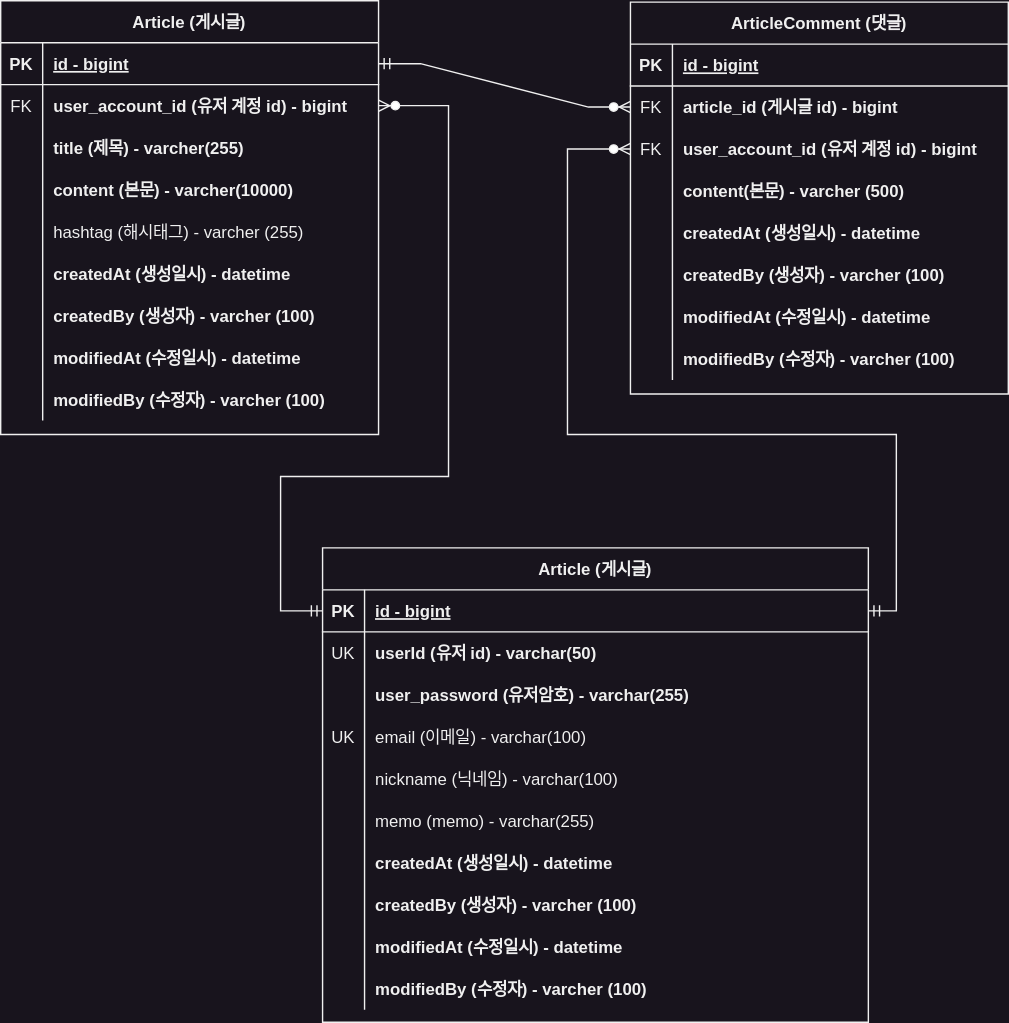
Earlier version of the draw.io export document/project-board-erd.svg (dooyong2/solo-project-board). Source tidied: cells renumbered, new cells last; positions are measured from the earlier drawing's top-left corner, leaving out a move shared by most shapes.
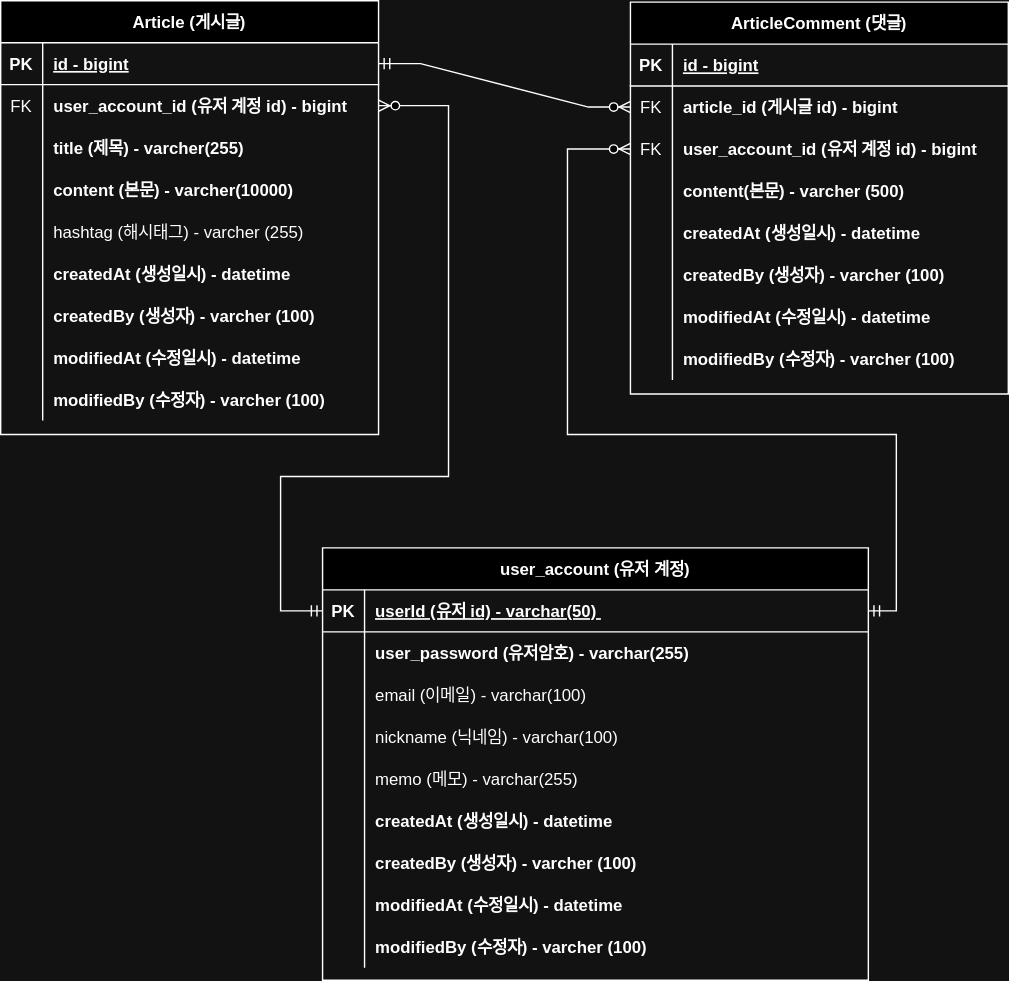
Later version of the same file.

Commit message:
#40 - ERD 문서 수정: 회원 계정 user_id 를 PK 로 변경

What changed in the source:
```diff
@@ -164,8 +164,8 @@
     <mxCell id="55" style="edgeStyle=entityRelationEdgeStyle;fontSize=12;html=1;endArrow=ERzeroToMany;startArrow=ERmandOne;rounded=0;exitX=1;exitY=0.5;exitDx=0;exitDy=0;entryX=0;entryY=0.5;entryDx=0;entryDy=0;" parent="1" edge="1" source="3" target="34">
       <mxGeometry relative="1" as="geometry" />
     </mxCell>
-    <mxCell id="56" value="Article (게시글)" style="shape=table;startSize=30;rowLines=0;fontStyle=1;align=center;" parent="1" vertex="1">
-      <mxGeometry x="230" y="391" width="390" height="339" as="geometry" />
+    <mxCell id="56" value="user_account (유저 계정)" style="shape=table;startSize=30;rowLines=0;fontStyle=1;align=center;" parent="1" vertex="1">
+      <mxGeometry x="230" y="391" width="390" height="309" as="geometry" />
     </mxCell>
     <mxCell id="57" style="shape=partialRectangle;fillColor=none;points=[[0,0.5],[1,0.5]];portConstraint=eastwest;top=0;left=0;right=0;bottom=1;" parent="56" vertex="1">
       <mxGeometry y="30" width="390" height="30" as="geometry" />
@@ -173,20 +173,11 @@
     <mxCell id="58" value="PK" style="shape=partialRectangle;overflow=hidden;fillColor=none;top=0;left=0;bottom=0;right=0;fontStyle=1;" parent="57" vertex="1">
       <mxGeometry width="30" height="30" as="geometry" />
     </mxCell>
-    <mxCell id="59" value="id - bigint" style="shape=partialRectangle;overflow=hidden;fillColor=none;top=0;left=0;bottom=0;right=0;align=left;spacingLeft=6;fontStyle=5;" parent="57" vertex="1">
+    <mxCell id="59" value="userId (유저 id) - varchar(50) " style="shape=partialRectangle;overflow=hidden;fillColor=none;top=0;left=0;bottom=0;right=0;align=left;spacingLeft=6;fontStyle=5;" parent="57" vertex="1">
       <mxGeometry x="30" width="360" height="30" as="geometry" />
     </mxCell>
-    <mxCell id="60" style="shape=partialRectangle;fillColor=none;top=0;left=0;right=0;bottom=0;" parent="56" vertex="1">
-      <mxGeometry y="60" width="390" height="30" as="geometry" />
-    </mxCell>
-    <mxCell id="61" value="UK" style="shape=partialRectangle;overflow=hidden;fillColor=none;top=0;left=0;bottom=0;right=0;" parent="60" vertex="1">
-      <mxGeometry width="30" height="30" as="geometry" />
-    </mxCell>
-    <mxCell id="62" value="userId (유저 id) - varchar(50) " style="shape=partialRectangle;overflow=hidden;fillColor=none;top=0;left=0;bottom=0;right=0;align=left;spacingLeft=6;fontStyle=1;" parent="60" vertex="1">
-      <mxGeometry x="30" width="360" height="30" as="geometry" />
-    </mxCell>
     <mxCell id="63" style="shape=partialRectangle;fillColor=none;top=0;left=0;right=0;bottom=0;" parent="56" vertex="1">
-      <mxGeometry y="90" width="390" height="30" as="geometry" />
+      <mxGeometry y="60" width="390" height="30" as="geometry" />
     </mxCell>
     <mxCell id="64" style="shape=partialRectangle;overflow=hidden;fillColor=none;top=0;left=0;bottom=0;right=0;" parent="63" vertex="1">
       <mxGeometry width="30" height="30" as="geometry" />
@@ -195,16 +186,16 @@
       <mxGeometry x="30" width="360" height="30" as="geometry" />
     </mxCell>
     <mxCell id="66" style="shape=partialRectangle;fillColor=none;top=0;left=0;right=0;bottom=0;" parent="56" vertex="1">
-      <mxGeometry y="120" width="390" height="30" as="geometry" />
+      <mxGeometry y="90" width="390" height="30" as="geometry" />
     </mxCell>
-    <mxCell id="67" value="UK" style="shape=partialRectangle;overflow=hidden;fillColor=none;top=0;left=0;bottom=0;right=0;" parent="66" vertex="1">
+    <mxCell id="67" style="shape=partialRectangle;overflow=hidden;fillColor=none;top=0;left=0;bottom=0;right=0;" parent="66" vertex="1">
       <mxGeometry width="30" height="30" as="geometry" />
     </mxCell>
     <mxCell id="68" value="email (이메일) - varchar(100)" style="shape=partialRectangle;overflow=hidden;fillColor=none;top=0;left=0;bottom=0;right=0;align=left;spacingLeft=6;" parent="66" vertex="1">
       <mxGeometry x="30" width="360" height="30" as="geometry" />
     </mxCell>
     <mxCell id="69" style="shape=partialRectangle;fillColor=none;top=0;left=0;right=0;bottom=0;" parent="56" vertex="1">
-      <mxGeometry y="150" width="390" height="30" as="geometry" />
+      <mxGeometry y="120" width="390" height="30" as="geometry" />
     </mxCell>
     <mxCell id="70" style="shape=partialRectangle;overflow=hidden;fillColor=none;top=0;left=0;bottom=0;right=0;" parent="69" vertex="1">
       <mxGeometry width="30" height="30" as="geometry" />
@@ -213,16 +204,16 @@
       <mxGeometry x="30" width="360" height="30" as="geometry" />
     </mxCell>
     <mxCell id="72" style="shape=partialRectangle;fillColor=none;top=0;left=0;right=0;bottom=0;" parent="56" vertex="1">
-      <mxGeometry y="180" width="390" height="30" as="geometry" />
+      <mxGeometry y="150" width="390" height="30" as="geometry" />
     </mxCell>
     <mxCell id="73" style="shape=partialRectangle;overflow=hidden;fillColor=none;top=0;left=0;bottom=0;right=0;" parent="72" vertex="1">
       <mxGeometry width="30" height="30" as="geometry" />
     </mxCell>
-    <mxCell id="74" value="memo (memo) - varchar(255)" style="shape=partialRectangle;overflow=hidden;fillColor=none;top=0;left=0;bottom=0;right=0;align=left;spacingLeft=6;" parent="72" vertex="1">
+    <mxCell id="74" value="memo (메모) - varchar(255)" style="shape=partialRectangle;overflow=hidden;fillColor=none;top=0;left=0;bottom=0;right=0;align=left;spacingLeft=6;" parent="72" vertex="1">
       <mxGeometry x="30" width="360" height="30" as="geometry" />
     </mxCell>
     <mxCell id="75" style="shape=partialRectangle;fillColor=none;top=0;left=0;right=0;bottom=0;" parent="56" vertex="1">
-      <mxGeometry y="210" width="390" height="30" as="geometry" />
+      <mxGeometry y="180" width="390" height="30" as="geometry" />
     </mxCell>
     <mxCell id="76" value="    " style="shape=partialRectangle;overflow=hidden;fillColor=none;top=0;left=0;bottom=0;right=0;" parent="75" vertex="1">
       <mxGeometry width="30" height="30" as="geometry" />
@@ -231,7 +222,7 @@
       <mxGeometry x="30" width="360" height="30" as="geometry" />
     </mxCell>
     <mxCell id="78" style="shape=partialRectangle;fillColor=none;top=0;left=0;right=0;bottom=0;" parent="56" vertex="1">
-      <mxGeometry y="240" width="390" height="30" as="geometry" />
+      <mxGeometry y="210" width="390" height="30" as="geometry" />
     </mxCell>
     <mxCell id="79" style="shape=partialRectangle;overflow=hidden;fillColor=none;top=0;left=0;bottom=0;right=0;" parent="78" vertex="1">
       <mxGeometry width="30" height="30" as="geometry" />
@@ -240,7 +231,7 @@
       <mxGeometry x="30" width="360" height="30" as="geometry" />
     </mxCell>
     <mxCell id="81" style="shape=partialRectangle;fillColor=none;top=0;left=0;right=0;bottom=0;" parent="56" vertex="1">
-      <mxGeometry y="270" width="390" height="30" as="geometry" />
+      <mxGeometry y="240" width="390" height="30" as="geometry" />
     </mxCell>
     <mxCell id="82" style="shape=partialRectangle;overflow=hidden;fillColor=none;top=0;left=0;bottom=0;right=0;" parent="81" vertex="1">
       <mxGeometry width="30" height="30" as="geometry" />
@@ -249,7 +240,7 @@
       <mxGeometry x="30" width="360" height="30" as="geometry" />
     </mxCell>
     <mxCell id="84" style="shape=partialRectangle;fillColor=none;top=0;left=0;right=0;bottom=0;" parent="56" vertex="1">
-      <mxGeometry y="300" width="390" height="30" as="geometry" />
+      <mxGeometry y="270" width="390" height="30" as="geometry" />
     </mxCell>
     <mxCell id="85" style="shape=partialRectangle;overflow=hidden;fillColor=none;top=0;left=0;bottom=0;right=0;" parent="84" vertex="1">
       <mxGeometry width="30" height="30" as="geometry" />
```
